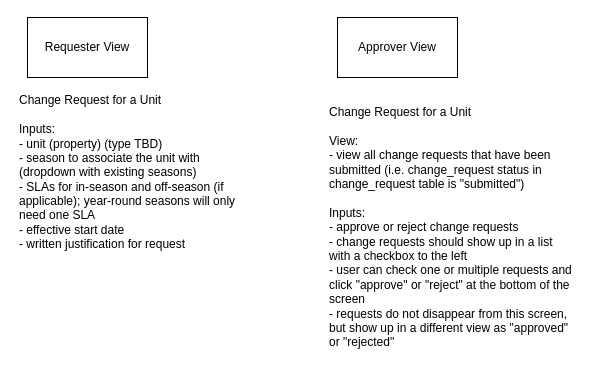
NYC-Parks/SLADB keeps this draw.io diagram as images/SLADB_UI_Mockup.drawio. Above is the earlier version. Source tidied: cells renumbered, new cells numbered last; positions are measured from the earlier drawing's top-left corner, leaving out a move shared by most shapes. Both pictures are drawn from the tidied source at 100%, with x=0, y=0 at pixel (17, 17).
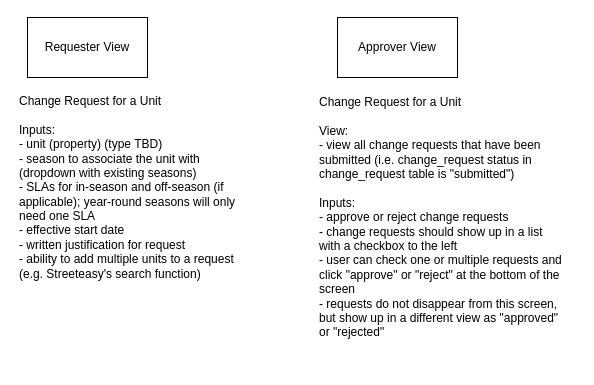
The same page after the edit.

The edit, as a diff of the source:
```diff
@@
 <mxGraphModel>
   <root>
     <mxCell id="0" />
     <mxCell id="1" parent="0" />
     <mxCell id="2" value="Requester View" style="rounded=0;whiteSpace=wrap;html=1;" parent="1" vertex="1">
       <mxGeometry x="10" width="120" height="60" as="geometry" />
     </mxCell>
     <mxCell id="3" value="Approver View" style="rounded=0;whiteSpace=wrap;html=1;" parent="1" vertex="1">
       <mxGeometry x="320" width="120" height="60" as="geometry" />
     </mxCell>
-    <mxCell id="4" value="Change Request for a Unit&lt;br&gt;&lt;br&gt;Inputs:&lt;br&gt;- unit (property) (type TBD)&lt;br&gt;- season to associate the unit with (dropdown with existing seasons)&lt;br&gt;- SLAs for in-season and off-season (if applicable); year-round seasons will only need one SLA&lt;br&gt;- effective start date&lt;br&gt;- written justification for request" style="text;html=1;strokeColor=none;fillColor=none;align=left;verticalAlign=middle;whiteSpace=wrap;rounded=0;" parent="1" vertex="1">
-      <mxGeometry y="80" width="230" height="150" as="geometry" />
+    <mxCell id="4" value="Change Request for a Unit&lt;br&gt;&lt;br&gt;Inputs:&lt;br&gt;- unit (property) (type TBD)&lt;br&gt;- season to associate the unit with (dropdown with existing seasons)&lt;br&gt;- SLAs for in-season and off-season (if applicable); year-round seasons will only need one SLA&lt;br&gt;- effective start date&lt;br&gt;- written justification for request&lt;br&gt;- ability to add multiple units to a request (e.g. Streeteasy's search function)" style="text;html=1;strokeColor=none;fillColor=none;align=left;verticalAlign=middle;whiteSpace=wrap;rounded=0;" parent="1" vertex="1">
+      <mxGeometry y="90" width="230" height="160" as="geometry" />
     </mxCell>
     <mxCell id="5" value="Change Request for a Unit&lt;br&gt;&lt;br&gt;View:&lt;br&gt;- view all change requests that have been submitted (i.e. change_request status in change_request table is &quot;submitted&quot;)&lt;br&gt;&lt;br&gt;Inputs:&lt;br&gt;- approve or reject change requests&lt;br&gt;- change requests should show up in a list with a checkbox to the left&lt;br&gt;- user can check one or multiple requests and click &quot;approve&quot; or &quot;reject&quot; at the bottom of the screen&lt;br&gt;- requests do not disappear from this screen, but show up in a different view as &quot;approved&quot; or &quot;rejected&quot;" style="text;html=1;strokeColor=none;fillColor=none;align=left;verticalAlign=middle;whiteSpace=wrap;rounded=0;" parent="1" vertex="1">
-      <mxGeometry x="310" y="70" width="250" height="280" as="geometry" />
+      <mxGeometry x="300" y="80" width="250" height="240" as="geometry" />
     </mxCell>
   </root>
 </mxGraphModel>
```
